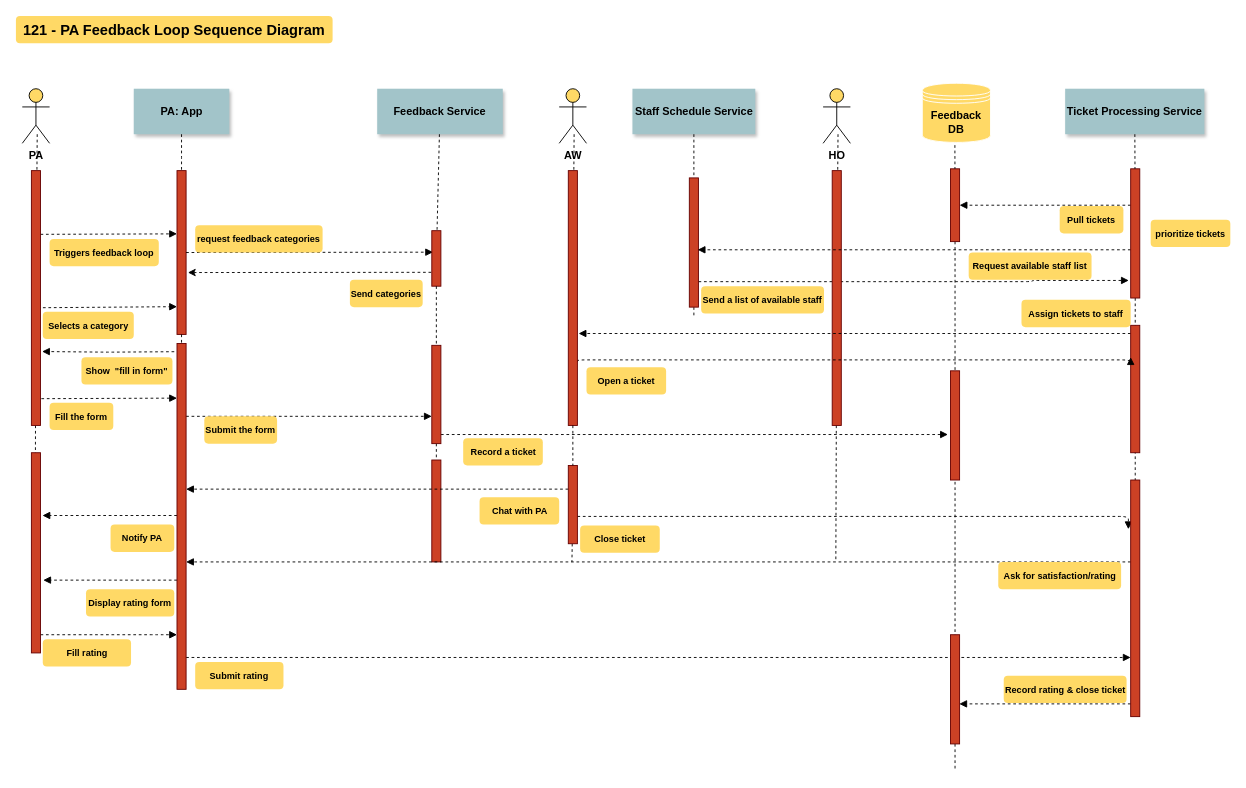
This is Sequence Diagrams/PA Feedback loop.drawio from nsward/diagrams, a draw.io file, before an edit. Source tidied: cells renumbered, new cells numbered last; positions are measured from the earlier drawing's top-left corner, leaving out a move shared by most shapes. Both pictures are drawn from the tidied source at 91%, with x=0, y=0 at pixel (15, 15).
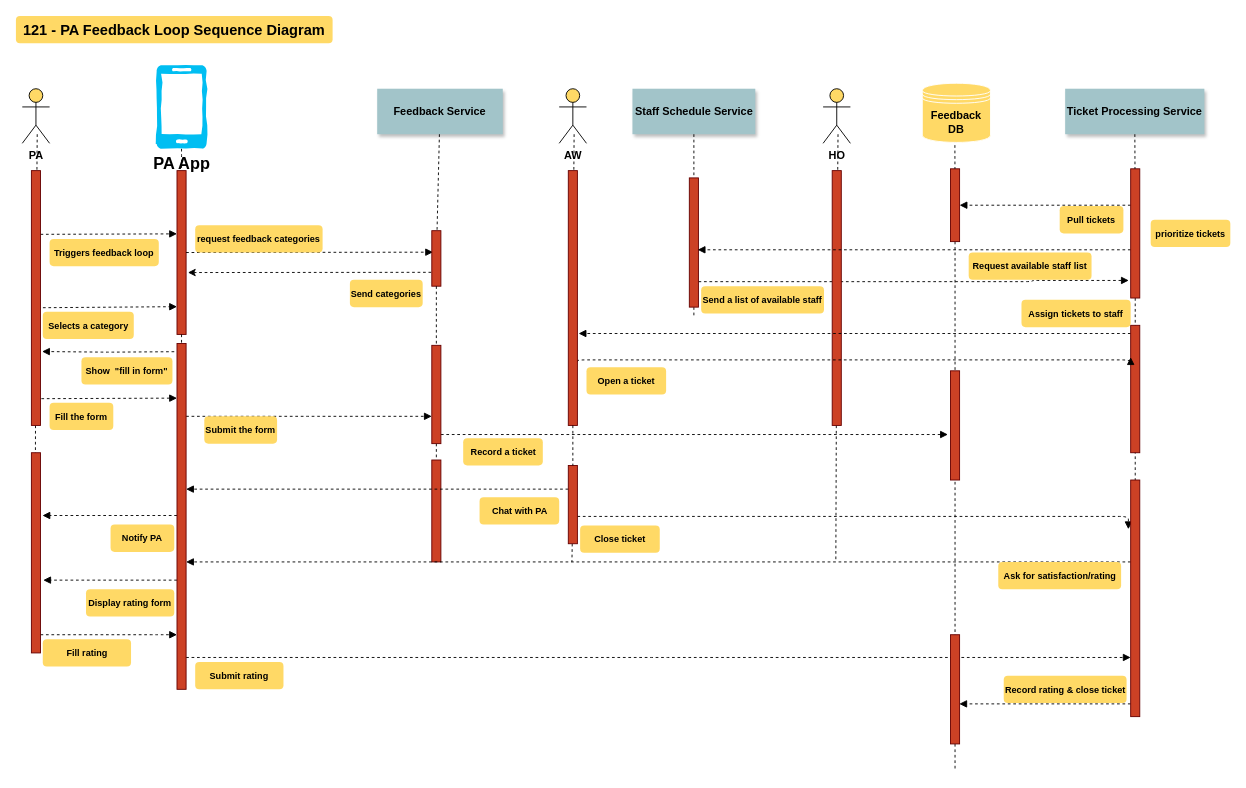
Above is the later version.

Unchanged cells that the change refers to:
```xml
<mxCell id="2" style="fillColor=#CC4125;strokeColor=#660000;" parent="1" vertex="1">
  <mxGeometry x="177" y="170" width="10" height="180" as="geometry" />
</mxCell>
```

Change to the diagram source:
```diff
@@
-    <mxCell id="3" value="PA: App" style="shadow=1;fillColor=#A2C4C9;strokeColor=none;whiteSpace=wrap;fontStyle=1;" parent="1" vertex="1">
-      <mxGeometry x="129.5" y="80" width="105" height="50" as="geometry" />
-    </mxCell>
@@
-    <mxCell id="10" style="edgeStyle=elbowEdgeStyle;elbow=horizontal;endArrow=none;dashed=1;" parent="1" edge="1" source="3" target="2">
+    <mxCell id="10" style="edgeStyle=elbowEdgeStyle;elbow=horizontal;endArrow=none;dashed=1;exitX=0.5;exitY=1;exitDx=0;exitDy=0;exitPerimeter=0;" parent="1" edge="1" source="96" target="2">
       <mxGeometry x="60" y="310" as="geometry" />
     </mxCell>
@@
+    <mxCell id="96" value="&lt;b&gt;PA App&lt;/b&gt;" style="verticalLabelPosition=bottom;html=1;verticalAlign=top;align=center;strokeColor=none;fillColor=#00BEF2;shape=mxgraph.azure.mobile;rounded=0;shadow=0;glass=0;dashed=1;dashPattern=1 1;comic=1;labelBackgroundColor=none;fontSize=18;fontColor=#000000;" parent="1" vertex="1">
+      <mxGeometry x="154.5" y="54" width="55" height="92" as="geometry" />
+    </mxCell>
```
